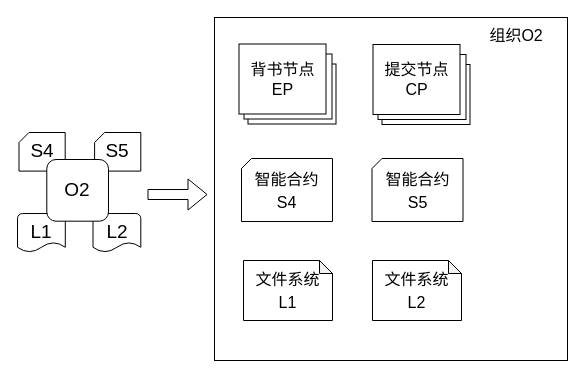
guanpengchn/draw.io keeps this draw.io diagram as page "4.7" (7 of 11) of graduation/第四章.drawio. Above is the earlier version. Source tidied: cells renumbered, new cells numbered last; positions are measured from the earlier drawing's top-left corner, leaving out a move shared by most shapes. Both pictures are drawn from the tidied source at 100%, with x=0, y=0 at pixel (17, 17).
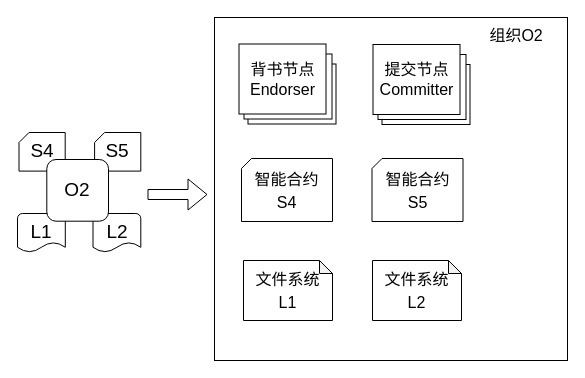
Above is the later version.

What changed in the source:
```diff
@@
 <mxGraphModel>
   <root>
     <mxCell id="0" />
     <mxCell id="1" parent="0" />
     <mxCell id="2" value="L1" style="strokeWidth=1;html=1;shape=mxgraph.flowchart.document2;whiteSpace=wrap;size=0.25;rounded=1;glass=0;comic=0;fillColor=none;shadow=0;fontSize=19;" parent="1" vertex="1">
       <mxGeometry y="196" width="47.8" height="38.6" as="geometry" />
     </mxCell>
     <mxCell id="3" value="L2" style="strokeWidth=1;html=1;shape=mxgraph.flowchart.document2;whiteSpace=wrap;size=0.25;rounded=1;glass=0;comic=0;fillColor=none;shadow=0;fontSize=19;" parent="1" vertex="1">
       <mxGeometry x="75.5" y="196" width="47.8" height="38.6" as="geometry" />
     </mxCell>
     <mxCell id="4" value="S5" style="shape=card;whiteSpace=wrap;html=1;rounded=0;shadow=0;glass=0;comic=0;strokeWidth=1;fillColor=none;size=10;fontSize=19;" parent="1" vertex="1">
       <mxGeometry x="77.1" y="115" width="46.2" height="38.6" as="geometry" />
     </mxCell>
     <mxCell id="5" value="S4" style="shape=card;whiteSpace=wrap;html=1;rounded=0;shadow=0;glass=0;comic=0;strokeWidth=1;fillColor=none;size=10;fontSize=19;" parent="1" vertex="1">
       <mxGeometry x="1.5" y="115" width="46.2" height="38.6" as="geometry" />
     </mxCell>
     <mxCell id="6" value="O2&lt;br style=&quot;font-size: 19px;&quot;&gt;" style="rounded=1;whiteSpace=wrap;html=1;fontSize=19;" parent="1" vertex="1">
       <mxGeometry x="29.3" y="142" width="61.7" height="61.7" as="geometry" />
     </mxCell>
     <mxCell id="7" value="&lt;font style=&quot;font-size: 16px&quot;&gt;组织O2&amp;nbsp; &amp;nbsp; &amp;nbsp;&lt;/font&gt;&lt;div style=&quot;text-align: right&quot;&gt;&lt;/div&gt;" style="rounded=0;whiteSpace=wrap;html=1;shadow=0;glass=0;comic=0;strokeWidth=1;fillColor=#ffffff;fontSize=19;align=right;labelPosition=center;verticalLabelPosition=middle;verticalAlign=top;" parent="1" vertex="1">
       <mxGeometry x="197" width="353" height="343" as="geometry" />
     </mxCell>
     <mxCell id="8" style="rounded=0;whiteSpace=wrap;html=1;" parent="1" vertex="1">
       <mxGeometry x="230.5" y="46.5" width="88" height="60" as="geometry" />
     </mxCell>
     <mxCell id="9" style="rounded=0;whiteSpace=wrap;html=1;" parent="1" vertex="1">
       <mxGeometry x="226.5" y="36.5" width="88" height="65" as="geometry" />
     </mxCell>
-    <mxCell id="10" value="&lt;font style=&quot;font-size: 16px&quot;&gt;背书节点&lt;br&gt;EP&lt;/font&gt;&lt;br&gt;" style="rounded=0;whiteSpace=wrap;html=1;" parent="1" vertex="1">
+    <mxCell id="10" value="&lt;font style=&quot;font-size: 16px&quot;&gt;背书节点&lt;br&gt;Endorser&lt;/font&gt;&lt;br&gt;" style="rounded=0;whiteSpace=wrap;html=1;" parent="1" vertex="1">
       <mxGeometry x="221.5" y="26.5" width="87" height="70" as="geometry" />
     </mxCell>
     <mxCell id="11" style="rounded=0;whiteSpace=wrap;html=1;" parent="1" vertex="1">
       <mxGeometry x="364.5" y="47" width="88" height="60" as="geometry" />
     </mxCell>
     <mxCell id="12" style="rounded=0;whiteSpace=wrap;html=1;" parent="1" vertex="1">
       <mxGeometry x="360.5" y="37" width="88" height="65" as="geometry" />
     </mxCell>
-    <mxCell id="13" value="&lt;font style=&quot;font-size: 16px&quot;&gt;提交节点&lt;br&gt;CP&lt;/font&gt;&lt;br&gt;" style="rounded=0;whiteSpace=wrap;html=1;" parent="1" vertex="1">
+    <mxCell id="13" value="&lt;font style=&quot;font-size: 16px&quot;&gt;提交节点&lt;br&gt;Committer&lt;/font&gt;&lt;br&gt;" style="rounded=0;whiteSpace=wrap;html=1;" parent="1" vertex="1">
       <mxGeometry x="355.5" y="27" width="87" height="70" as="geometry" />
     </mxCell>
     <mxCell id="14" value="&lt;font style=&quot;font-size: 16px&quot;&gt;智能合约&lt;br&gt;S4&lt;/font&gt;" style="shape=card;whiteSpace=wrap;html=1;rounded=0;shadow=0;glass=0;comic=0;strokeWidth=1;fillColor=none;size=10;fontSize=19;" parent="1" vertex="1">
       <mxGeometry x="224" y="141" width="91" height="63" as="geometry" />
     </mxCell>
     <mxCell id="15" value="&lt;font style=&quot;font-size: 16px&quot;&gt;智能合约&lt;br&gt;S5&lt;/font&gt;" style="shape=card;whiteSpace=wrap;html=1;rounded=0;shadow=0;glass=0;comic=0;strokeWidth=1;fillColor=none;size=10;fontSize=19;" parent="1" vertex="1">
       <mxGeometry x="354.5" y="141" width="91" height="63" as="geometry" />
     </mxCell>
     <mxCell id="16" value="&lt;font style=&quot;font-size: 16px&quot;&gt;文件系统&lt;br&gt;L1&lt;/font&gt;&lt;br&gt;" style="shape=note;whiteSpace=wrap;html=1;backgroundOutline=1;darkOpacity=0.05;rounded=0;shadow=0;glass=0;comic=0;strokeWidth=1;fillColor=#ffffff;fontSize=19;align=center;size=13;" parent="1" vertex="1">
       <mxGeometry x="226" y="243" width="89" height="60" as="geometry" />
     </mxCell>
     <mxCell id="17" value="&lt;font style=&quot;font-size: 16px&quot;&gt;文件系统&lt;br&gt;L2&lt;/font&gt;&lt;br&gt;" style="shape=note;whiteSpace=wrap;html=1;backgroundOutline=1;darkOpacity=0.05;rounded=0;shadow=0;glass=0;comic=0;strokeWidth=1;fillColor=#ffffff;fontSize=19;align=center;size=13;" parent="1" vertex="1">
       <mxGeometry x="355" y="243" width="89" height="60" as="geometry" />
     </mxCell>
     <mxCell id="18" style="shape=flexArrow;endArrow=classic;html=1;fontSize=19;" parent="1" edge="1">
       <mxGeometry relative="1" as="geometry">
         <mxPoint x="130" y="177" as="sourcePoint" />
         <mxPoint x="190" y="177" as="targetPoint" />
       </mxGeometry>
     </mxCell>
   </root>
 </mxGraphModel>
```
